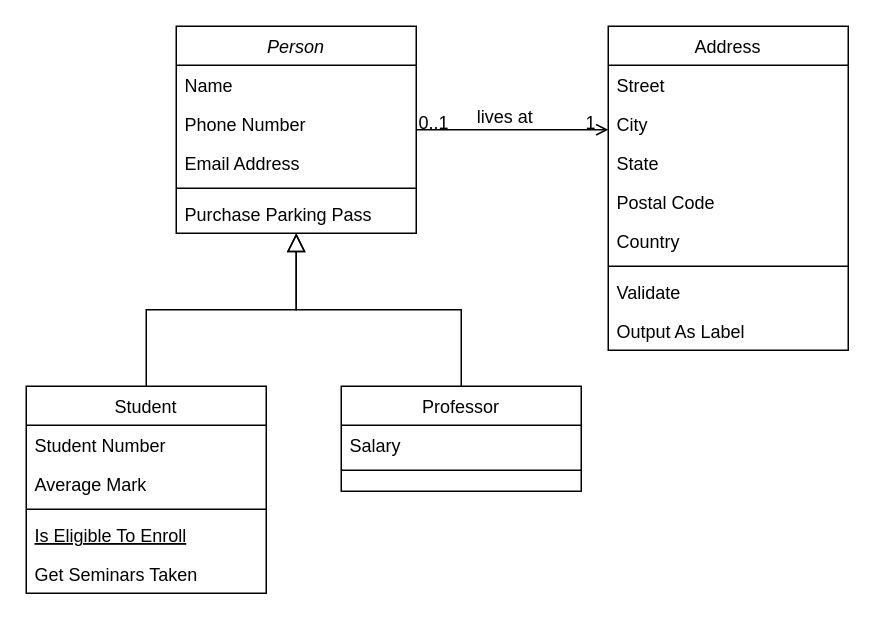
The draw.io diagram drf.drawio in xulizhi321/drawio-proj, before the edit. Source tidied: cells renumbered, new cells numbered last; positions are measured from the earlier drawing's top-left corner, leaving out a move shared by most shapes. Both pictures are drawn from the tidied source at 150%, with x=0, y=0 at pixel (26, 26).
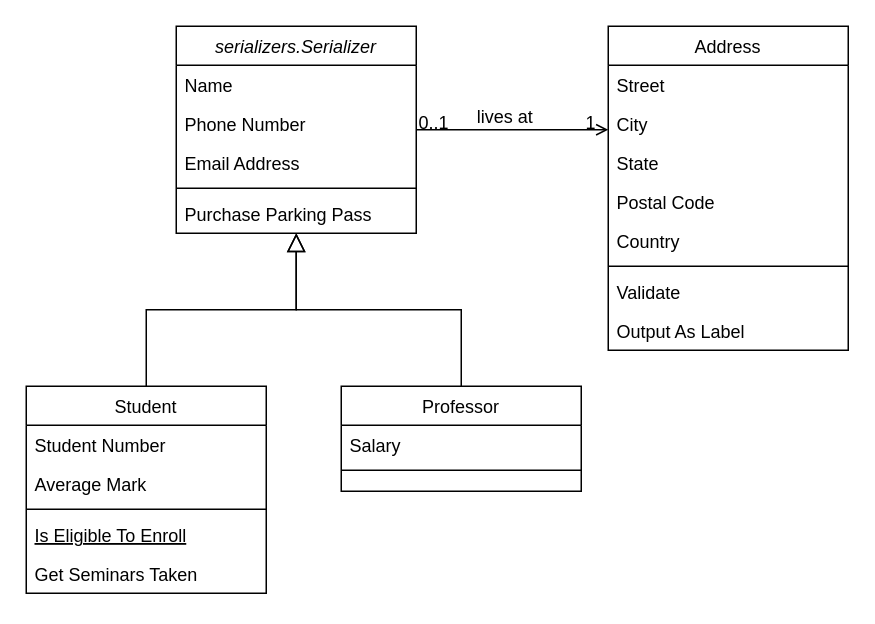
The same diagram, later.

What changed in the source:
```diff
@@
-    <mxCell id="2" value="Person" style="swimlane;fontStyle=2;align=center;verticalAlign=top;horizontal=1;startSize=26;rounded=0;shadow=0;strokeWidth=1;" parent="1" vertex="1">
+    <mxCell id="2" value="serializers.Serializer" style="swimlane;fontStyle=2;align=center;verticalAlign=top;horizontal=1;startSize=26;rounded=0;shadow=0;strokeWidth=1;" parent="1" vertex="1">
       <mxGeometry x="100" width="160" height="138" as="geometry" />
     </mxCell>
```
